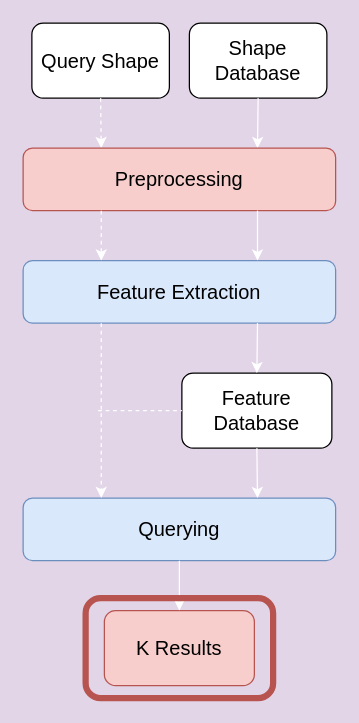
The draw.io diagram PicturesForReport/MR_Pipeline.drawio in IsolatedSushi2/Multimedia-Retrieval, before the edit. Source tidied: cells renumbered, new cells numbered last; positions are measured from the earlier drawing's top-left corner, leaving out a move shared by most shapes. Both pictures are drawn from the tidied source at 125%, with x=0, y=0 at pixel (22, 22).
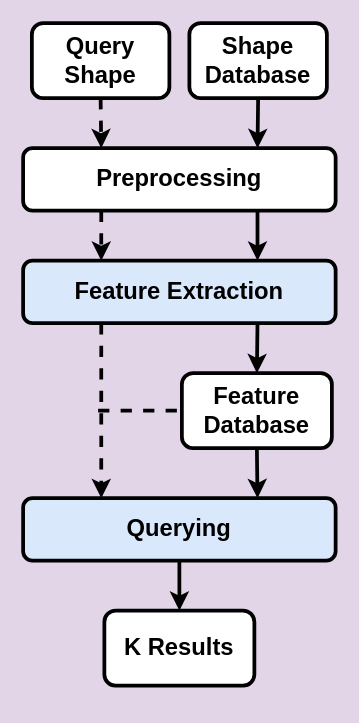
After the change.

What changed in the source:
```diff
@@
 <mxGraphModel background="#E1D5E7">
   <root>
     <mxCell id="0" />
     <mxCell id="1" parent="0" />
-    <mxCell id="2" value="&lt;font style=&quot;font-size: 16px&quot;&gt;Shape&lt;br&gt;Database&lt;/font&gt;" style="rounded=1;whiteSpace=wrap;html=1;" parent="1" vertex="1">
+    <mxCell id="2" value="&lt;font style=&quot;font-size: 19px;&quot;&gt;Shape&lt;br style=&quot;font-size: 19px;&quot;&gt;Database&lt;/font&gt;" style="rounded=1;whiteSpace=wrap;html=1;strokeWidth=3;strokeColor=#000000;fontStyle=1;fontSize=19;" parent="1" vertex="1">
       <mxGeometry x="133" width="110" height="60" as="geometry" />
     </mxCell>
-    <mxCell id="3" value="&lt;span style=&quot;font-size: 16px&quot;&gt;Query Shape&lt;/span&gt;" style="rounded=1;whiteSpace=wrap;html=1;" parent="1" vertex="1">
+    <mxCell id="3" value="&lt;span style=&quot;font-size: 19px;&quot;&gt;Query Shape&lt;/span&gt;" style="rounded=1;whiteSpace=wrap;html=1;strokeWidth=3;strokeColor=#000000;fontStyle=1;fontSize=19;" parent="1" vertex="1">
       <mxGeometry x="7" width="110" height="60" as="geometry" />
     </mxCell>
-    <mxCell id="4" value="Feature Extraction" style="rounded=1;whiteSpace=wrap;html=1;fontSize=16;fillColor=#dae8fc;strokeColor=#6c8ebf;" parent="1" vertex="1">
+    <mxCell id="4" value="Feature Extraction" style="rounded=1;whiteSpace=wrap;html=1;fontSize=19;fillColor=#dae8fc;strokeColor=#000000;strokeWidth=3;fontStyle=1;" parent="1" vertex="1">
       <mxGeometry y="190" width="250" height="50" as="geometry" />
     </mxCell>
-    <mxCell id="5" style="endArrow=classic;html=1;rounded=0;fontSize=16;exitX=0.5;exitY=1;exitDx=0;exitDy=0;dashed=1;entryX=0.25;entryY=0;entryDx=0;entryDy=0;strokeColor=#FFFFFF;" parent="1" edge="1" source="3" target="15">
+    <mxCell id="5" style="endArrow=classic;html=1;rounded=0;fontSize=19;exitX=0.5;exitY=1;exitDx=0;exitDy=0;dashed=1;entryX=0.25;entryY=0;entryDx=0;entryDy=0;strokeColor=#000000;strokeWidth=3;fontStyle=1;" parent="1" edge="1" source="3" target="15">
       <mxGeometry relative="1" as="geometry" />
     </mxCell>
-    <mxCell id="6" style="endArrow=classic;html=1;rounded=0;fontSize=16;exitX=0.5;exitY=1;exitDx=0;exitDy=0;entryX=0.75;entryY=0;entryDx=0;entryDy=0;strokeColor=#FFFFFF;" parent="1" edge="1" source="2" target="15">
+    <mxCell id="6" style="endArrow=classic;html=1;rounded=0;fontSize=19;exitX=0.5;exitY=1;exitDx=0;exitDy=0;entryX=0.75;entryY=0;entryDx=0;entryDy=0;strokeColor=#000000;strokeWidth=3;fontStyle=1;" parent="1" edge="1" source="2" target="15">
       <mxGeometry relative="1" as="geometry" />
     </mxCell>
-    <mxCell id="7" value="&lt;span style=&quot;font-size: 16px&quot;&gt;Feature Database&lt;/span&gt;" style="rounded=1;whiteSpace=wrap;html=1;" parent="1" vertex="1">
+    <mxCell id="7" value="&lt;span style=&quot;font-size: 19px;&quot;&gt;Feature Database&lt;/span&gt;" style="rounded=1;whiteSpace=wrap;html=1;strokeWidth=3;strokeColor=#000000;fontStyle=1;fontSize=19;" parent="1" vertex="1">
       <mxGeometry x="127" y="280" width="120" height="60" as="geometry" />
     </mxCell>
-    <mxCell id="8" style="endArrow=classic;html=1;rounded=0;fontSize=16;exitX=0.75;exitY=1;exitDx=0;exitDy=0;entryX=0.5;entryY=0;entryDx=0;entryDy=0;strokeColor=#FFFFFF;" parent="1" edge="1" source="4" target="7">
+    <mxCell id="8" style="endArrow=classic;html=1;rounded=0;fontSize=19;exitX=0.75;exitY=1;exitDx=0;exitDy=0;entryX=0.5;entryY=0;entryDx=0;entryDy=0;strokeColor=#000000;strokeWidth=3;fontStyle=1;" parent="1" edge="1" source="4" target="7">
       <mxGeometry relative="1" as="geometry" />
     </mxCell>
-    <mxCell id="9" value="Querying" style="rounded=1;whiteSpace=wrap;html=1;fontSize=16;fillColor=#dae8fc;strokeColor=#6c8ebf;" parent="1" vertex="1">
+    <mxCell id="9" value="Querying" style="rounded=1;whiteSpace=wrap;html=1;fontSize=19;fillColor=#dae8fc;strokeColor=#000000;strokeWidth=3;fontStyle=1;" parent="1" vertex="1">
       <mxGeometry y="380" width="250" height="50" as="geometry" />
     </mxCell>
-    <mxCell id="10" style="endArrow=classic;html=1;rounded=0;fontSize=16;entryX=0.75;entryY=0;entryDx=0;entryDy=0;exitX=0.5;exitY=1;exitDx=0;exitDy=0;strokeColor=#FFFFFF;" parent="1" edge="1" source="7" target="9">
+    <mxCell id="10" style="endArrow=classic;html=1;rounded=0;fontSize=19;entryX=0.75;entryY=0;entryDx=0;entryDy=0;exitX=0.5;exitY=1;exitDx=0;exitDy=0;strokeColor=#000000;strokeWidth=3;fontStyle=1;" parent="1" edge="1" source="7" target="9">
       <mxGeometry relative="1" as="geometry" />
     </mxCell>
-    <mxCell id="11" style="endArrow=classic;html=1;rounded=0;fontSize=16;dashed=1;entryX=0.25;entryY=0;entryDx=0;entryDy=0;exitX=0.25;exitY=1;exitDx=0;exitDy=0;strokeColor=#FFFFFF;" parent="1" edge="1" source="4" target="9">
+    <mxCell id="11" style="endArrow=classic;html=1;rounded=0;fontSize=19;dashed=1;entryX=0.25;entryY=0;entryDx=0;entryDy=0;exitX=0.25;exitY=1;exitDx=0;exitDy=0;strokeColor=#000000;strokeWidth=3;fontStyle=1;" parent="1" edge="1" source="4" target="9">
       <mxGeometry relative="1" as="geometry" />
     </mxCell>
-    <mxCell id="12" value="K Results" style="rounded=1;whiteSpace=wrap;html=1;fontSize=16;fillColor=#f8cecc;strokeColor=#b85450;" parent="1" vertex="1">
+    <mxCell id="12" value="K Results" style="rounded=1;whiteSpace=wrap;html=1;fontSize=19;strokeWidth=3;strokeColor=#000000;fontStyle=1;" parent="1" vertex="1">
       <mxGeometry x="65" y="470" width="120" height="60" as="geometry" />
     </mxCell>
-    <mxCell id="13" style="endArrow=classic;html=1;rounded=0;fontSize=16;exitX=0.5;exitY=1;exitDx=0;exitDy=0;entryX=0.5;entryY=0;entryDx=0;entryDy=0;strokeColor=#FFFFFF;" parent="1" edge="1" source="9" target="12">
+    <mxCell id="13" style="endArrow=classic;html=1;rounded=0;fontSize=19;exitX=0.5;exitY=1;exitDx=0;exitDy=0;entryX=0.5;entryY=0;entryDx=0;entryDy=0;strokeColor=#000000;strokeWidth=3;fontStyle=1;" parent="1" edge="1" source="9" target="12">
       <mxGeometry relative="1" as="geometry" />
     </mxCell>
-    <mxCell id="14" style="endArrow=none;dashed=1;html=1;rounded=0;fontSize=16;entryX=0;entryY=0.5;entryDx=0;entryDy=0;strokeColor=#FFFFFF;" parent="1" edge="1" target="7">
+    <mxCell id="14" style="endArrow=none;dashed=1;html=1;rounded=0;fontSize=19;entryX=0;entryY=0.5;entryDx=0;entryDy=0;strokeColor=#000000;strokeWidth=3;fontStyle=1;" parent="1" edge="1" target="7">
       <mxGeometry relative="1" as="geometry">
         <mxPoint x="60" y="310" as="sourcePoint" />
       </mxGeometry>
     </mxCell>
-    <mxCell id="15" value="Preprocessing" style="rounded=1;whiteSpace=wrap;html=1;fontSize=16;fillColor=#f8cecc;strokeColor=#b85450;" parent="1" vertex="1">
+    <mxCell id="15" value="Preprocessing" style="rounded=1;whiteSpace=wrap;html=1;fontSize=19;strokeWidth=3;strokeColor=#000000;fontStyle=1;" parent="1" vertex="1">
       <mxGeometry y="100" width="250" height="50" as="geometry" />
     </mxCell>
-    <mxCell id="16" style="endArrow=classic;html=1;rounded=0;dashed=1;fontSize=16;exitX=0.25;exitY=1;exitDx=0;exitDy=0;entryX=0.25;entryY=0;entryDx=0;entryDy=0;strokeColor=#FFFFFF;" parent="1" edge="1" source="15" target="4">
+    <mxCell id="16" style="endArrow=classic;html=1;rounded=0;dashed=1;fontSize=19;exitX=0.25;exitY=1;exitDx=0;exitDy=0;entryX=0.25;entryY=0;entryDx=0;entryDy=0;strokeColor=#000000;strokeWidth=3;fontStyle=1;" parent="1" edge="1" source="15" target="4">
       <mxGeometry relative="1" as="geometry" />
     </mxCell>
-    <mxCell id="17" style="endArrow=classic;html=1;rounded=0;fontSize=16;entryX=0.75;entryY=0;entryDx=0;entryDy=0;exitX=0.75;exitY=1;exitDx=0;exitDy=0;strokeColor=#FFFFFF;" parent="1" edge="1" source="15" target="4">
+    <mxCell id="17" style="endArrow=classic;html=1;rounded=0;fontSize=19;entryX=0.75;entryY=0;entryDx=0;entryDy=0;exitX=0.75;exitY=1;exitDx=0;exitDy=0;strokeColor=#000000;strokeWidth=3;fontStyle=1;" parent="1" edge="1" source="15" target="4">
       <mxGeometry relative="1" as="geometry" />
     </mxCell>
-    <mxCell id="18" style="rounded=1;whiteSpace=wrap;html=1;fontSize=16;fillColor=none;strokeColor=#b85450;strokeWidth=5;" parent="1" vertex="1">
-      <mxGeometry x="50" y="460" width="150" height="80" as="geometry" />
-    </mxCell>
   </root>
 </mxGraphModel>
```
